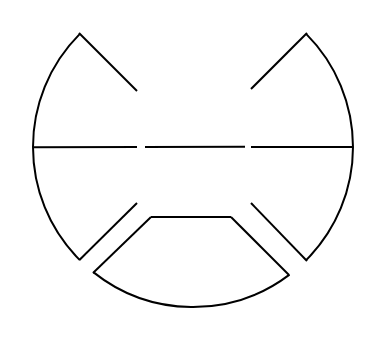
Before: Designs/Scale.drawio in CarlosAlmeida4/CarTouchscreenMiniDisplay, a draw.io diagram. Source tidied: cells renumbered, new cells numbered last; positions are measured from the earlier drawing's top-left corner, leaving out a move shared by most shapes. Both pictures are drawn from the tidied source at 200%, with x=0, y=0 at pixel (32, -14).
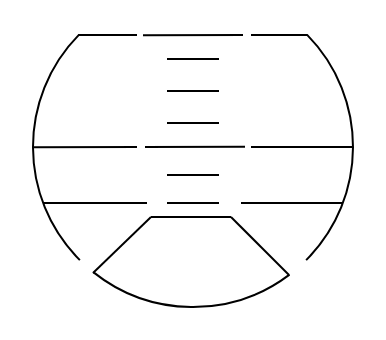
Above is the later version.

What changed in the source:
```diff
@@
-    <mxCell id="2" style="endArrow=none;html=1;rounded=0;exitX=0.145;exitY=0.853;exitDx=0;exitDy=0;exitPerimeter=0;" parent="1" edge="1" source="3">
-      <mxGeometry relative="1" as="geometry">
-        <mxPoint x="52" y="108" as="targetPoint" />
-      </mxGeometry>
-    </mxCell>
-    <mxCell id="3" style="verticalLabelPosition=bottom;verticalAlign=top;html=1;shape=mxgraph.basic.arc;startAngle=0.625;endAngle=0.875;" parent="1" vertex="1">
+    <mxCell id="3" style="verticalLabelPosition=bottom;verticalAlign=top;html=1;shape=mxgraph.basic.arc;startAngle=0.625;endAngle=0.8738870465116885;" parent="1" vertex="1">
       <mxGeometry width="160" height="160" as="geometry" />
     </mxCell>
-    <mxCell id="4" style="verticalLabelPosition=bottom;verticalAlign=top;html=1;shape=mxgraph.basic.arc;startAngle=0.125;endAngle=0.375;" parent="1" vertex="1">
+    <mxCell id="4" style="verticalLabelPosition=bottom;verticalAlign=top;html=1;shape=mxgraph.basic.arc;startAngle=0.12612873953696954;endAngle=0.375;" parent="1" vertex="1">
       <mxGeometry width="160" height="160" as="geometry" />
     </mxCell>
@@
-    <mxCell id="6" style="endArrow=none;html=1;rounded=0;" parent="1" edge="1">
-      <mxGeometry relative="1" as="geometry">
-        <mxPoint x="23" y="23" as="sourcePoint" />
-        <mxPoint x="52" y="52" as="targetPoint" />
-      </mxGeometry>
-    </mxCell>
-    <mxCell id="7" style="endArrow=none;html=1;rounded=0;" parent="1" edge="1">
-      <mxGeometry relative="1" as="geometry">
-        <mxPoint x="109" y="108" as="sourcePoint" />
-        <mxPoint x="137" y="137" as="targetPoint" />
-      </mxGeometry>
-    </mxCell>
@@
-    <mxCell id="9" style="endArrow=none;html=1;rounded=0;" parent="1" edge="1">
-      <mxGeometry relative="1" as="geometry">
-        <mxPoint x="109" y="51" as="sourcePoint" />
-        <mxPoint x="137" y="23" as="targetPoint" />
-      </mxGeometry>
-    </mxCell>
@@
+    <mxCell id="15" style="endArrow=none;html=1;rounded=0;exitX=0.002;exitY=0.501;exitDx=0;exitDy=0;exitPerimeter=0;" parent="1" edge="1">
+      <mxGeometry relative="1" as="geometry">
+        <mxPoint x="5" y="108" as="sourcePoint" />
+        <mxPoint x="57" y="108" as="targetPoint" />
+      </mxGeometry>
+    </mxCell>
+    <mxCell id="16" style="endArrow=none;html=1;rounded=0;" parent="1" edge="1">
+      <mxGeometry relative="1" as="geometry">
+        <mxPoint x="104" y="108" as="sourcePoint" />
+        <mxPoint x="155" y="108" as="targetPoint" />
+      </mxGeometry>
+    </mxCell>
+    <mxCell id="17" style="endArrow=none;html=1;rounded=0;exitX=0.141;exitY=0.15;exitDx=0;exitDy=0;exitPerimeter=0;" parent="1" edge="1" source="3">
+      <mxGeometry relative="1" as="geometry">
+        <mxPoint x="52" y="24" as="targetPoint" />
+      </mxGeometry>
+    </mxCell>
+    <mxCell id="18" style="endArrow=none;html=1;rounded=0;entryX=0.858;entryY=0.15;entryDx=0;entryDy=0;entryPerimeter=0;" parent="1" edge="1" target="4">
+      <mxGeometry relative="1" as="geometry">
+        <mxPoint x="109" y="24" as="sourcePoint" />
+      </mxGeometry>
+    </mxCell>
+    <mxCell id="19" style="endArrow=none;html=1;rounded=0;" parent="1" edge="1">
+      <mxGeometry relative="1" as="geometry">
+        <mxPoint x="67" y="94" as="sourcePoint" />
+        <mxPoint x="93" y="94" as="targetPoint" />
+      </mxGeometry>
+    </mxCell>
+    <mxCell id="20" style="endArrow=none;html=1;rounded=0;" parent="1" edge="1">
+      <mxGeometry relative="1" as="geometry">
+        <mxPoint x="67" y="108" as="sourcePoint" />
+        <mxPoint x="93" y="108" as="targetPoint" />
+      </mxGeometry>
+    </mxCell>
+    <mxCell id="21" style="endArrow=none;html=1;rounded=0;" parent="1" edge="1">
+      <mxGeometry relative="1" as="geometry">
+        <mxPoint x="67" y="68" as="sourcePoint" />
+        <mxPoint x="93" y="68" as="targetPoint" />
+      </mxGeometry>
+    </mxCell>
+    <mxCell id="22" style="endArrow=none;html=1;rounded=0;" parent="1" edge="1">
+      <mxGeometry relative="1" as="geometry">
+        <mxPoint x="67" y="52" as="sourcePoint" />
+        <mxPoint x="93" y="52" as="targetPoint" />
+      </mxGeometry>
+    </mxCell>
+    <mxCell id="23" style="endArrow=none;html=1;rounded=0;" parent="1" edge="1">
+      <mxGeometry relative="1" as="geometry">
+        <mxPoint x="67" y="36" as="sourcePoint" />
+        <mxPoint x="93" y="36" as="targetPoint" />
+      </mxGeometry>
+    </mxCell>
+    <mxCell id="24" style="endArrow=none;html=1;rounded=0;" parent="1" edge="1">
+      <mxGeometry relative="1" as="geometry">
+        <mxPoint x="55" y="24.1" as="sourcePoint" />
+        <mxPoint x="105" y="24" as="targetPoint" />
+      </mxGeometry>
+    </mxCell>
```
